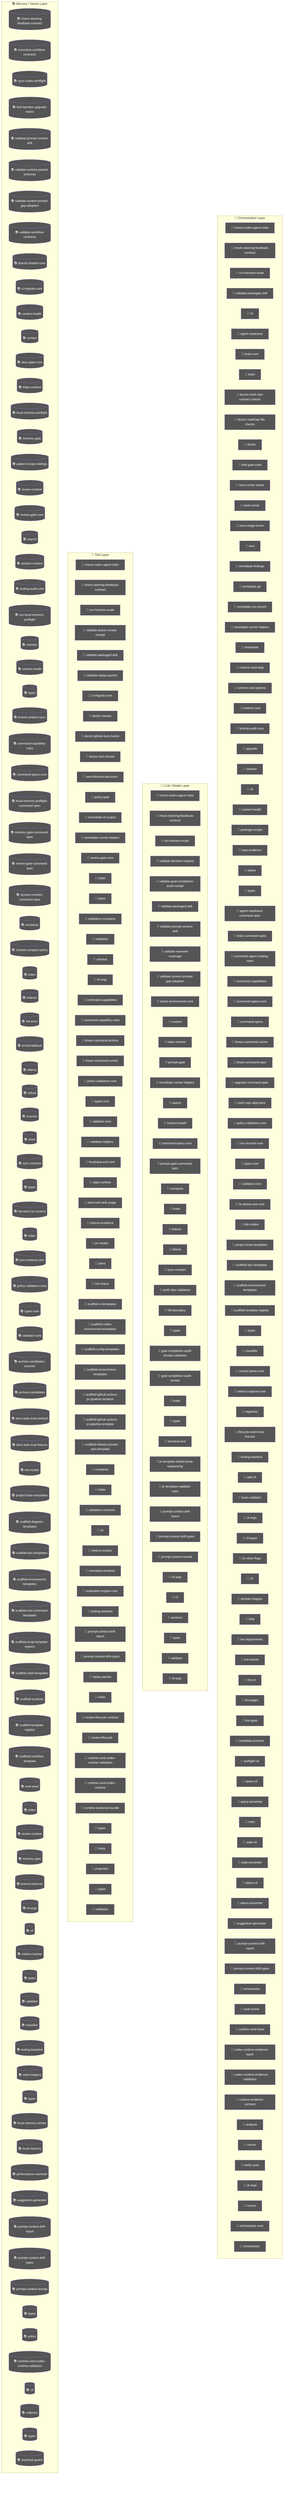
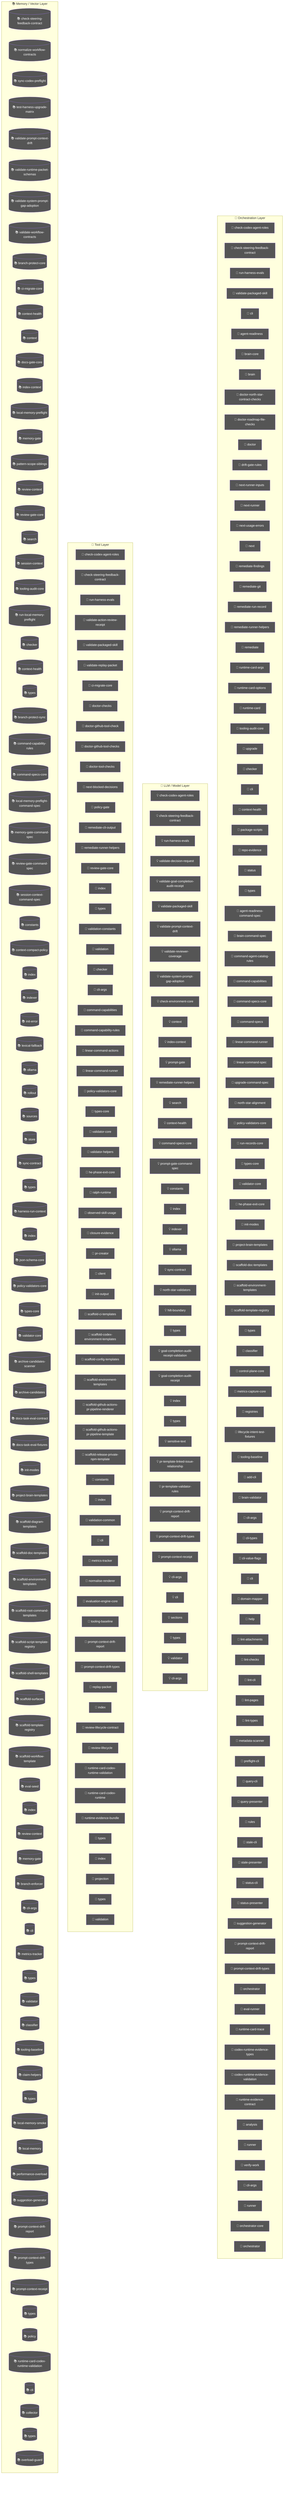
flowchart TD
  subgraph Orchestration["🎯 Orchestration Layer"]
    node_agent_mmd_orchestration_layer_orchestration_chec_7a9f0b64["🤖 check-codex-agent-roles"]
    node_agent_mmd_orchestration_layer_orchestration_chec_7fd47f5c["🤖 check-steering-feedback-contract"]
    node_agent_mmd_orchestration_layer_orchestration_run__18817957["🤖 run-harness-evals"]
    node_agent_mmd_orchestration_layer_orchestration_vali_c01b04be["🤖 validate-packaged-skill"]
    cli_99bb8840["🤖 cli"]
    agent_readiness_c82c68e6["🤖 agent-readiness"]
    brain_core_aa07c380["🤖 brain-core"]
    brain_bbbf7a64["🤖 brain"]
    doctor_north_star_contract_checks_0048124c["🤖 doctor-north-star-contract-checks"]
    doctor_roadmap_file_checks_14447b8e["🤖 doctor-roadmap-file-checks"]
    doctor_72f4be89["🤖 doctor"]
    drift_gate_rules_9685e72d["🤖 drift-gate-rules"]
    next_runner_inputs_754dba64["🤖 next-runner-inputs"]
    next_runner_41643472["🤖 next-runner"]
    next_usage_errors_837a345a["🤖 next-usage-errors"]
    next_c6c1c9a9["🤖 next"]
    remediate_findings_8b09c8c6["🤖 remediate-findings"]
    remediate_git_58c6f6f4["🤖 remediate-git"]
    remediate_run_record_9dfe5dc1["🤖 remediate-run-record"]
    node_agent_mmd_orchestration_layer_orchestration_reme_359fe98f["🤖 remediate-runner-helpers"]
    remediate_06b9c7fc["🤖 remediate"]
    runtime_card_args_2b3d4b28["🤖 runtime-card-args"]
    runtime_card_options_c9156ad5["🤖 runtime-card-options"]
    runtime_card_e06b53e1["🤖 runtime-card"]
    node_agent_mmd_orchestration_layer_orchestration_tool_acfe0c01["🤖 tooling-audit-core"]
    upgrade_7fef9479["🤖 upgrade"]
    node_agent_mmd_orchestration_layer_orchestration_chec_0550c395["🤖 checker"]
    cli_1_084e05fe["🤖 cli"]
    node_agent_mmd_orchestration_layer_orchestration_cont_61b3b9c9["🤖 context-health"]
    package_scripts_3ee6150f["🤖 package-scripts"]
    repo_evidence_38bb1de5["🤖 repo-evidence"]
    status_073c1634["🤖 status"]
    node_agent_mmd_orchestration_layer_orchestration_type_4f906dcc["🤖 types"]
    agent_readiness_command_spec_a30c2c1e["🤖 agent-readiness-command-spec"]
    brain_command_spec_15b122d5["🤖 brain-command-spec"]
    command_agent_catalog_rules_8e06b2af["🤖 command-agent-catalog-rules"]
    node_agent_mmd_orchestration_layer_orchestration_comm_6e41a7f7["🤖 command-capabilities"]
    node_agent_mmd_orchestration_layer_orchestration_comm_1f8cc24c["🤖 command-specs-core"]
    command_specs_69167c63["🤖 command-specs"]
    node_agent_mmd_orchestration_layer_orchestration_line_b67affd5["🤖 linear-command-runner"]
    linear_command_spec_1e12dd44["🤖 linear-command-spec"]
    upgrade_command_spec_03f6c7bd["🤖 upgrade-command-spec"]
    north_star_alignment_00440188["🤖 north-star-alignment"]
    node_agent_mmd_orchestration_layer_orchestration_poli_3270b55d["🤖 policy-validators-core"]
    run_records_core_89286dfa["🤖 run-records-core"]
    node_agent_mmd_orchestration_layer_orchestration_type_7cf81261["🤖 types-core"]
    node_agent_mmd_orchestration_layer_orchestration_vali_d9fe99e6["🤖 validator-core"]
    node_agent_mmd_orchestration_layer_orchestration_he_p_fc778c24["🤖 he-phase-exit-core"]
    node_agent_mmd_orchestration_layer_orchestration_init_2a9c3ecb["🤖 init-modes"]
    node_agent_mmd_orchestration_layer_orchestration_proj_6ab6f60f["🤖 project-brain-templates"]
    node_agent_mmd_orchestration_layer_orchestration_scaf_12cc07db["🤖 scaffold-doc-templates"]
    node_agent_mmd_orchestration_layer_orchestration_scaf_c9a90c2f["🤖 scaffold-environment-templates"]
    node_agent_mmd_orchestration_layer_orchestration_scaf_ff8f92f6["🤖 scaffold-template-registry"]
    types_16_0fae1112["🤖 types"]
    node_agent_mmd_orchestration_layer_orchestration_clas_899b821a["🤖 classifier"]
    control_plane_core_db3b4cb2["🤖 control-plane-core"]
    metrics_capture_core_db4bf7cf["🤖 metrics-capture-core"]
    registries_06402afa["🤖 registries"]
    lifecycle_intent_test_fixtures_a53c7ada["🤖 lifecycle-intent-test-fixtures"]
    node_agent_mmd_orchestration_layer_orchestration_tool_cc43149f["🤖 tooling-baseline"]
    add_cli_7614de25["🤖 add-cli"]
    brain_validator_be251832["🤖 brain-validator"]
    cli_args_8_d546936e["🤖 cli-args"]
    cli_types_1686e858["🤖 cli-types"]
    cli_value_flags_732a8e43["🤖 cli-value-flags"]
-     cli_9_b54c1407["🤖 cli"]
+     cli_10_35dc8cbd["🤖 cli"]
    domain_mapper_cd9333d2["🤖 domain-mapper"]
    help_106a5842["🤖 help"]
    lint_attachments_873c0632["🤖 lint-attachments"]
    lint_checks_83522b19["🤖 lint-checks"]
    lint_cli_9ec62ec0["🤖 lint-cli"]
    lint_pages_e33301d0["🤖 lint-pages"]
    lint_types_2862c255["🤖 lint-types"]
    metadata_scanner_6a101b66["🤖 metadata-scanner"]
    preflight_cli_5d148379["🤖 preflight-cli"]
    query_cli_b95be64d["🤖 query-cli"]
    query_presenter_02e6077c["🤖 query-presenter"]
    rules_6c621d1a["🤖 rules"]
    stale_cli_64548720["🤖 stale-cli"]
    stale_presenter_1de4e3a2["🤖 stale-presenter"]
    status_cli_4c24a0d6["🤖 status-cli"]
    status_presenter_8de686c1["🤖 status-presenter"]
    node_agent_mmd_orchestration_layer_orchestration_sugg_85c5ebe3["🤖 suggestion-generator"]
    node_agent_mmd_orchestration_layer_orchestration_prom_d17b4de2["🤖 prompt-context-drift-report"]
    node_agent_mmd_orchestration_layer_orchestration_prom_77088997["🤖 prompt-context-drift-types"]
    orchestrator_11376b7e["🤖 orchestrator"]
    eval_runner_0966a6b3["🤖 eval-runner"]
    runtime_card_trace_64a5ca95["🤖 runtime-card-trace"]
    codex_runtime_evidence_types_f55808dd["🤖 codex-runtime-evidence-types"]
    codex_runtime_evidence_validation_d060a92d["🤖 codex-runtime-evidence-validation"]
    runtime_evidence_contract_0f7b15b2["🤖 runtime-evidence-contract"]
    analysis_f44e85c4["🤖 analysis"]
    runner_527aa9f4["🤖 runner"]
    verify_work_1_cd8e7ec3["🤖 verify-work"]
    cli_args_14_3481043e["🤖 cli-args"]
    runner_1_6f281bf8["🤖 runner"]
    orchestrator_core_d0678b53["🤖 orchestrator-core"]
    orchestrator_1_6b7137c5["🤖 orchestrator"]
  end
  subgraph LLMLayer["🧠 LLM / Model Layer"]
    node_agent_mmd_llm_model_layer_llmlayer_check_codex_a_29e7b7fa["💡 check-codex-agent-roles"]
    node_agent_mmd_llm_model_layer_llmlayer_check_steerin_0e1bf90d["💡 check-steering-feedback-contract"]
    node_agent_mmd_llm_model_layer_llmlayer_run_harness_e_603fcfdc["💡 run-harness-evals"]
    validate_decision_request_2e5c325e["💡 validate-decision-request"]
    validate_goal_completion_audit_receipt_100d252c["💡 validate-goal-completion-audit-receipt"]
    node_agent_mmd_llm_model_layer_llmlayer_validate_pack_2a12e1f4["💡 validate-packaged-skill"]
    node_agent_mmd_llm_model_layer_llmlayer_validate_prom_9880f764["💡 validate-prompt-context-drift"]
    validate_reviewer_coverage_251efee3["💡 validate-reviewer-coverage"]
    node_agent_mmd_llm_model_layer_llmlayer_validate_syst_5636156e["💡 validate-system-prompt-gap-adoption"]
    check_environment_core_2c16213f["💡 check-environment-core"]
    node_agent_mmd_llm_model_layer_llmlayer_context_conte_ad2dfbd9["💡 context"]
    node_agent_mmd_llm_model_layer_llmlayer_index_context_1041bd11["💡 index-context"]
    prompt_gate_c5e9d207["💡 prompt-gate"]
    node_agent_mmd_llm_model_layer_llmlayer_remediate_run_9e3d4585["💡 remediate-runner-helpers"]
    node_agent_mmd_llm_model_layer_llmlayer_search_search_66b9a911["💡 search"]
    node_agent_mmd_llm_model_layer_llmlayer_context_healt_cfc0bfa8["💡 context-health"]
    node_agent_mmd_llm_model_layer_llmlayer_command_specs_782af9fa["💡 command-specs-core"]
    prompt_gate_command_spec_9a941482["💡 prompt-gate-command-spec"]
    node_agent_mmd_llm_model_layer_llmlayer_constants_con_c9bd3f6c["💡 constants"]
    node_agent_mmd_llm_model_layer_llmlayer_index_index_1_02e160ff["💡 index"]
    node_agent_mmd_llm_model_layer_llmlayer_indexer_index_4f4deef5["💡 indexer"]
    node_agent_mmd_llm_model_layer_llmlayer_ollama_ollama_968b23fa["💡 ollama"]
    node_agent_mmd_llm_model_layer_llmlayer_sync_contract_9f3cc8c1["💡 sync-contract"]
    north_star_validators_cfc926ce["💡 north-star-validators"]
    hilt_boundary_9b36fb15["💡 hilt-boundary"]
    types_10_75e5a4a0["💡 types"]
    goal_completion_audit_receipt_validation_9d0f4891["💡 goal-completion-audit-receipt-validation"]
    goal_completion_audit_receipt_5e4939c3["💡 goal-completion-audit-receipt"]
    index_5_522f772a["💡 index"]
    node_agent_mmd_llm_model_layer_llmlayer_constants_con_c9bd3f6c["💡 constants"]
    types_17_ed30531c["💡 types"]
    sensitive_text_7c11f760["💡 sensitive-text"]
    pr_template_linked_issue_relationship_a7b61f2c["💡 pr-template-linked-issue-relationship"]
    pr_template_validator_rules_20a32d6b["💡 pr-template-validator-rules"]
    node_agent_mmd_llm_model_layer_llmlayer_index_index_1_02e160ff["💡 index"]
    node_agent_mmd_llm_model_layer_llmlayer_prompt_contex_81f9066a["💡 prompt-context-drift-report"]
    node_agent_mmd_llm_model_layer_llmlayer_prompt_contex_e5066b88["💡 prompt-context-drift-types"]
    node_agent_mmd_llm_model_layer_llmlayer_index_index_1_02e160ff["💡 index"]
    node_agent_mmd_llm_model_layer_llmlayer_prompt_contex_6426acc2["💡 prompt-context-receipt"]
    cli_args_9_9c136878["💡 cli-args"]
-     cli_10_35dc8cbd["💡 cli"]
+     cli_11_338a8415["💡 cli"]
    sections_4697ef32["💡 sections"]
    types_27_4d134744["💡 types"]
    validator_7_f836eb0e["💡 validator"]
    cli_args_10_861cdd3f["💡 cli-args"]
  end
  subgraph ToolLayer["🔧 Tool Layer"]
    node_agent_mmd_tool_layer_toollayer_check_codex_agent_4b361d5a["🔧 check-codex-agent-roles"]
    node_agent_mmd_tool_layer_toollayer_check_steering_fe_eafecf3a["🔧 check-steering-feedback-contract"]
    node_agent_mmd_tool_layer_toollayer_run_harness_evals_e2ee24f1["🔧 run-harness-evals"]
    validate_action_review_receipt_fa2f06c3["🔧 validate-action-review-receipt"]
    node_agent_mmd_tool_layer_toollayer_validate_packaged_2855c827["🔧 validate-packaged-skill"]
    validate_replay_packet_f309747e["🔧 validate-replay-packet"]
    node_agent_mmd_tool_layer_toollayer_ci_migrate_core_c_049f8460["🔧 ci-migrate-core"]
    doctor_checks_5a2eb2b9["🔧 doctor-checks"]
+     doctor_github_tool_check_e0a938df["🔧 doctor-github-tool-check"]
    doctor_github_tool_checks_a53b0382["🔧 doctor-github-tool-checks"]
    doctor_tool_checks_4acac51a["🔧 doctor-tool-checks"]
    next_blocked_decisions_4140ad2b["🔧 next-blocked-decisions"]
    policy_gate_213f7313["🔧 policy-gate"]
    remediate_cli_output_cc165396["🔧 remediate-cli-output"]
    node_agent_mmd_tool_layer_toollayer_remediate_runner__c003b871["🔧 remediate-runner-helpers"]
    node_agent_mmd_tool_layer_toollayer_review_gate_core__7704598b["🔧 review-gate-core"]
    index_1bc04b52["🔧 index"]
    types_1_4ecdf56e["🔧 types"]
    validation_constants_e002a0f6["🔧 validation-constants"]
    validation_98c41dcd["🔧 validation"]
    node_agent_mmd_tool_layer_toollayer_checker_checker_2_453d593b["🔧 checker"]
    cli_args_1_6144b055["🔧 cli-args"]
    node_agent_mmd_tool_layer_toollayer_command_capabilit_7fe13db1["🔧 command-capabilities"]
    node_agent_mmd_tool_layer_toollayer_command_capabilit_e97a4615["🔧 command-capability-rules"]
    linear_command_actions_e430f4f4["🔧 linear-command-actions"]
    node_agent_mmd_tool_layer_toollayer_linear_command_ru_d6763748["🔧 linear-command-runner"]
    node_agent_mmd_tool_layer_toollayer_policy_validators_af136abf["🔧 policy-validators-core"]
    node_agent_mmd_tool_layer_toollayer_types_core_types__6c8319b6["🔧 types-core"]
    node_agent_mmd_tool_layer_toollayer_validator_core_va_6ef6131f["🔧 validator-core"]
    validator_helpers_7b927667["🔧 validator-helpers"]
    node_agent_mmd_tool_layer_toollayer_he_phase_exit_cor_af016160["🔧 he-phase-exit-core"]
    ralph_runtime_73d63c0e["🔧 ralph-runtime"]
    observed_skill_usage_ed7d5930["🔧 observed-skill-usage"]
    closure_evidence_aaa31467["🔧 closure-evidence"]
    pr_creator_dc6b1ea4["🔧 pr-creator"]
    client_948fe603["🔧 client"]
    init_output_360dce91["🔧 init-output"]
    scaffold_ci_templates_2afd6392["🔧 scaffold-ci-templates"]
    scaffold_codex_environment_templates_334fbbed["🔧 scaffold-codex-environment-templates"]
    scaffold_config_templates_4b80ce53["🔧 scaffold-config-templates"]
    node_agent_mmd_tool_layer_toollayer_scaffold_environm_c1afc013["🔧 scaffold-environment-templates"]
    scaffold_github_actions_pr_pipeline_renderer_1ee18de5["🔧 scaffold-github-actions-pr-pipeline-renderer"]
    scaffold_github_actions_pr_pipeline_template_e2b85f62["🔧 scaffold-github-actions-pr-pipeline-template"]
    scaffold_release_private_npm_template_075499f8["🔧 scaffold-release-private-npm-template"]
    node_agent_mmd_tool_layer_toollayer_constants_constan_9d71b829["🔧 constants"]
    index_9_32dd4d91["🔧 index"]
    validation_common_6161e48b["🔧 validation-common"]
    node_agent_mmd_tool_layer_toollayer_cli_cli_2_1_32d9eeaf["🔧 cli"]
    node_agent_mmd_tool_layer_toollayer_metrics_tracker_m_4c9237d8["🔧 metrics-tracker"]
    normalise_renderer_85f2e563["🔧 normalise-renderer"]
    evaluation_engine_core_e054fe49["🔧 evaluation-engine-core"]
    node_agent_mmd_tool_layer_toollayer_tooling_baseline__61e66e9f["🔧 tooling-baseline"]
    node_agent_mmd_tool_layer_toollayer_prompt_context_dr_a2772f2b["🔧 prompt-context-drift-report"]
    node_agent_mmd_tool_layer_toollayer_prompt_context_dr_bd82da46["🔧 prompt-context-drift-types"]
    replay_packet_a1293f88["🔧 replay-packet"]
    index_14_d982116c["🔧 index"]
    review_lifecycle_contract_e5447221["🔧 review-lifecycle-contract"]
    review_lifecycle_89afa64c["🔧 review-lifecycle"]
    node_agent_mmd_tool_layer_toollayer_runtime_card_code_3636ceac["🔧 runtime-card-codex-runtime-validation"]
    runtime_card_codex_runtime_0655e230["🔧 runtime-card-codex-runtime"]
    runtime_evidence_bundle_d471a232["🔧 runtime-evidence-bundle"]
    types_36_674380ec["🔧 types"]
    index_17_642943a2["🔧 index"]
    projection_1b250ea1["🔧 projection"]
    types_38_e8efcd57["🔧 types"]
    validation_7_c4e6d8b6["🔧 validation"]
  end
  subgraph MemoryLayer["📚 Memory / Vector Layer"]
    node_agent_mmd_memory_vector_layer_memorylayer_check__64c86928[("📚 check-steering-feedback-contract")]
    normalize_workflow_contracts_8701f1c8[("📚 normalize-workflow-contracts")]
    sync_codex_preflight_7e7a8dc2[("📚 sync-codex-preflight")]
    test_harness_upgrade_matrix_84113c4e[("📚 test-harness-upgrade-matrix")]
    node_agent_mmd_memory_vector_layer_memorylayer_valida_c52c4db8[("📚 validate-prompt-context-drift")]
    validate_runtime_packet_schemas_bc3ba8ec[("📚 validate-runtime-packet-schemas")]
    node_agent_mmd_memory_vector_layer_memorylayer_valida_db599a97[("📚 validate-system-prompt-gap-adoption")]
    validate_workflow_contracts_33dc063c[("📚 validate-workflow-contracts")]
    branch_protect_core_a8feb0fd[("📚 branch-protect-core")]
    node_agent_mmd_memory_vector_layer_memorylayer_ci_mig_0cd5b1a4[("📚 ci-migrate-core")]
    context_health_80bb7da9[("📚 context-health")]
    node_agent_mmd_memory_vector_layer_memorylayer_contex_78ceaaa9[("📚 context")]
    docs_gate_core_eb9b6c18[("📚 docs-gate-core")]
    node_agent_mmd_memory_vector_layer_memorylayer_index__6f3402d0[("📚 index-context")]
    local_memory_preflight_dcc36c42[("📚 local-memory-preflight")]
    memory_gate_a577a506[("📚 memory-gate")]
    pattern_scope_siblings_43abe000[("📚 pattern-scope-siblings")]
    review_context_ca6cf81d[("📚 review-context")]
    node_agent_mmd_memory_vector_layer_memorylayer_review_5bee9816[("📚 review-gate-core")]
    node_agent_mmd_memory_vector_layer_memorylayer_search_ac35cb7e[("📚 search")]
    session_context_e5ec72c0[("📚 session-context")]
    node_agent_mmd_memory_vector_layer_memorylayer_toolin_a1185b8f[("📚 tooling-audit-core")]
    run_local_memory_preflight_36e92808[("📚 run-local-memory-preflight")]
    node_agent_mmd_memory_vector_layer_memorylayer_checke_a583eb4f[("📚 checker")]
    node_agent_mmd_memory_vector_layer_memorylayer_contex_3204aa0e[("📚 context-health")]
    node_agent_mmd_memory_vector_layer_memorylayer_types__9ad640a0[("📚 types")]
    branch_protect_sync_570adb18[("📚 branch-protect-sync")]
    node_agent_mmd_memory_vector_layer_memorylayer_comman_c72a5d05[("📚 command-capability-rules")]
    node_agent_mmd_memory_vector_layer_memorylayer_comman_111eb454[("📚 command-specs-core")]
    local_memory_preflight_command_spec_9e23f3ce[("📚 local-memory-preflight-command-spec")]
    memory_gate_command_spec_dc9001a9[("📚 memory-gate-command-spec")]
    review_gate_command_spec_3187376a[("📚 review-gate-command-spec")]
    session_context_command_spec_973afbb1[("📚 session-context-command-spec")]
    node_agent_mmd_memory_vector_layer_memorylayer_consta_702d3f46[("📚 constants")]
    context_compact_policy_3dcaf95d[("📚 context-compact-policy")]
    node_agent_mmd_memory_vector_layer_memorylayer_index__752bc61e[("📚 index")]
    node_agent_mmd_memory_vector_layer_memorylayer_indexe_93e6d86f[("📚 indexer")]
    init_error_5c7dd49f[("📚 init-error")]
    lexical_fallback_723e2b3e[("📚 lexical-fallback")]
    node_agent_mmd_memory_vector_layer_memorylayer_ollama_6d51be16[("📚 ollama")]
    rollout_a4fa034c[("📚 rollout")]
    sources_878a52fc[("📚 sources")]
    store_824d80d7[("📚 store")]
    node_agent_mmd_memory_vector_layer_memorylayer_sync_c_e43418bc[("📚 sync-contract")]
    types_8_f6283648[("📚 types")]
    harness_run_context_ac7c77a9[("📚 harness-run-context")]
    index_4_013aa0e3[("📚 index")]
    json_schema_core_96d7e328[("📚 json-schema-core")]
    node_agent_mmd_memory_vector_layer_memorylayer_policy_1944de42[("📚 policy-validators-core")]
    node_agent_mmd_memory_vector_layer_memorylayer_types__83f369fa[("📚 types-core")]
    node_agent_mmd_memory_vector_layer_memorylayer_valida_41034356[("📚 validator-core")]
    archive_candidates_scanner_d0931789[("📚 archive-candidates-scanner")]
    archive_candidates_dc0e40e1[("📚 archive-candidates")]
    docs_task_eval_contract_79347457[("📚 docs-task-eval-contract")]
    docs_task_eval_fixtures_44902755[("📚 docs-task-eval-fixtures")]
    node_agent_mmd_memory_vector_layer_memorylayer_init_m_333d02c5[("📚 init-modes")]
    node_agent_mmd_memory_vector_layer_memorylayer_projec_3ae304d9[("📚 project-brain-templates")]
    scaffold_diagram_templates_dd88e83c[("📚 scaffold-diagram-templates")]
    node_agent_mmd_memory_vector_layer_memorylayer_scaffo_5fd73b94[("📚 scaffold-doc-templates")]
    node_agent_mmd_memory_vector_layer_memorylayer_scaffo_12b42341[("📚 scaffold-environment-templates")]
    scaffold_root_command_templates_404fed7f[("📚 scaffold-root-command-templates")]
    scaffold_script_template_registry_69312d4e[("📚 scaffold-script-template-registry")]
    scaffold_shell_templates_0ad0f915[("📚 scaffold-shell-templates")]
    scaffold_surfaces_12d6494e[("📚 scaffold-surfaces")]
    node_agent_mmd_memory_vector_layer_memorylayer_scaffo_a86eece1[("📚 scaffold-template-registry")]
    scaffold_workflow_template_92310587[("📚 scaffold-workflow-template")]
    eval_seed_5699fd3e[("📚 eval-seed")]
    index_10_f6785a46[("📚 index")]
    review_context_1_e3afed15[("📚 review-context")]
    memory_gate_1_265164ac[("📚 memory-gate")]
    branch_enforcer_acb749cd[("📚 branch-enforcer")]
    cli_args_5_09ea29f0[("📚 cli-args")]
    node_agent_mmd_memory_vector_layer_memorylayer_cli_cl_1f1f89ab[("📚 cli")]
    node_agent_mmd_memory_vector_layer_memorylayer_metric_12562178[("📚 metrics-tracker")]
    types_19_eb4ad5f0[("📚 types")]
    validator_5_b19ac2be[("📚 validator")]
    node_agent_mmd_memory_vector_layer_memorylayer_classi_1ebbf5ff[("📚 classifier")]
    node_agent_mmd_memory_vector_layer_memorylayer_toolin_14f86b00[("📚 tooling-baseline")]
    claim_helpers_20dc8387[("📚 claim-helpers")]
    types_24_c63dc1a7[("📚 types")]
    local_memory_smoke_1175abfc[("📚 local-memory-smoke")]
    local_memory_0db17ecc[("📚 local-memory")]
    performance_overload_c685bfcf[("📚 performance-overload")]
    node_agent_mmd_memory_vector_layer_memorylayer_sugges_267f408d[("📚 suggestion-generator")]
    node_agent_mmd_memory_vector_layer_memorylayer_index__752bc61e[("📚 index")]
    node_agent_mmd_memory_vector_layer_memorylayer_prompt_ae34fc43[("📚 prompt-context-drift-report")]
    node_agent_mmd_memory_vector_layer_memorylayer_prompt_efd77624[("📚 prompt-context-drift-types")]
    node_agent_mmd_memory_vector_layer_memorylayer_index__752bc61e[("📚 index")]
    node_agent_mmd_memory_vector_layer_memorylayer_prompt_55c0d605[("📚 prompt-context-receipt")]
    types_31_eb363e20[("📚 types")]
    policy_1_fc4198db[("📚 policy")]
    node_agent_mmd_memory_vector_layer_memorylayer_runtim_a5d23e7f[("📚 runtime-card-codex-runtime-validation")]
-     cli_11_338a8415[("📚 cli")]
+     cli_12_01c06c37[("📚 cli")]
    collector_0736fd5b[("📚 collector")]
    types_34_85e6a0bb[("📚 types")]
    overload_guard_2748c559[("📚 overload-guard")]
  end
  classDef agentNode fill:#555,color:#fff
-   class node_agent_mmd_orchestration_layer_orchestration_chec_7a9f0b64,node_agent_mmd_llm_model_layer_llmlayer_check_codex_a_29e7b7fa,node_agent_mmd_tool_layer_toollayer_check_codex_agent_4b361d5a,node_agent_mmd_orchestration_layer_orchestration_chec_7fd47f5c,node_agent_mmd_llm_model_layer_llmlayer_check_steerin_0e1bf90d,node_agent_mmd_tool_layer_toollayer_check_steering_fe_eafecf3a,node_agent_mmd_memory_vector_layer_memorylayer_check__64c86928,node_agent_mmd_orchestration_layer_orchestration_run__18817957,node_agent_mmd_llm_model_layer_llmlayer_run_harness_e_603fcfdc,node_agent_mmd_tool_layer_toollayer_run_harness_evals_e2ee24f1,node_agent_mmd_orchestration_layer_orchestration_vali_c01b04be,node_agent_mmd_llm_model_layer_llmlayer_validate_pack_2a12e1f4,node_agent_mmd_tool_layer_toollayer_validate_packaged_2855c827,cli_99bb8840,agent_readiness_c82c68e6,brain_core_aa07c380,brain_bbbf7a64,doctor_north_star_contract_checks_0048124c,doctor_roadmap_file_checks_14447b8e,doctor_72f4be89,drift_gate_rules_9685e72d,next_runner_inputs_754dba64,next_runner_41643472,next_usage_errors_837a345a,next_c6c1c9a9,remediate_findings_8b09c8c6,remediate_git_58c6f6f4,remediate_run_record_9dfe5dc1,node_agent_mmd_orchestration_layer_orchestration_reme_359fe98f,node_agent_mmd_llm_model_layer_llmlayer_remediate_run_9e3d4585,node_agent_mmd_tool_layer_toollayer_remediate_runner__c003b871,remediate_06b9c7fc,runtime_card_args_2b3d4b28,runtime_card_options_c9156ad5,runtime_card_e06b53e1,node_agent_mmd_orchestration_layer_orchestration_tool_acfe0c01,node_agent_mmd_memory_vector_layer_memorylayer_toolin_a1185b8f,upgrade_7fef9479,node_agent_mmd_orchestration_layer_orchestration_chec_0550c395,node_agent_mmd_tool_layer_toollayer_checker_checker_2_453d593b,node_agent_mmd_memory_vector_layer_memorylayer_checke_a583eb4f,cli_1_084e05fe,node_agent_mmd_orchestration_layer_orchestration_cont_61b3b9c9,node_agent_mmd_llm_model_layer_llmlayer_context_healt_cfc0bfa8,node_agent_mmd_memory_vector_layer_memorylayer_contex_3204aa0e,package_scripts_3ee6150f,repo_evidence_38bb1de5,status_073c1634,node_agent_mmd_orchestration_layer_orchestration_type_4f906dcc,node_agent_mmd_memory_vector_layer_memorylayer_types__9ad640a0,agent_readiness_command_spec_a30c2c1e,brain_command_spec_15b122d5,command_agent_catalog_rules_8e06b2af,node_agent_mmd_orchestration_layer_orchestration_comm_6e41a7f7,node_agent_mmd_tool_layer_toollayer_command_capabilit_7fe13db1,node_agent_mmd_orchestration_layer_orchestration_comm_1f8cc24c,node_agent_mmd_llm_model_layer_llmlayer_command_specs_782af9fa,node_agent_mmd_memory_vector_layer_memorylayer_comman_111eb454,command_specs_69167c63,node_agent_mmd_orchestration_layer_orchestration_line_b67affd5,node_agent_mmd_tool_layer_toollayer_linear_command_ru_d6763748,linear_command_spec_1e12dd44,upgrade_command_spec_03f6c7bd,north_star_alignment_00440188,node_agent_mmd_orchestration_layer_orchestration_poli_3270b55d,node_agent_mmd_tool_layer_toollayer_policy_validators_af136abf,node_agent_mmd_memory_vector_layer_memorylayer_policy_1944de42,run_records_core_89286dfa,node_agent_mmd_orchestration_layer_orchestration_type_7cf81261,node_agent_mmd_tool_layer_toollayer_types_core_types__6c8319b6,node_agent_mmd_memory_vector_layer_memorylayer_types__83f369fa,node_agent_mmd_orchestration_layer_orchestration_vali_d9fe99e6,node_agent_mmd_tool_layer_toollayer_validator_core_va_6ef6131f,node_agent_mmd_memory_vector_layer_memorylayer_valida_41034356,node_agent_mmd_orchestration_layer_orchestration_he_p_fc778c24,node_agent_mmd_tool_layer_toollayer_he_phase_exit_cor_af016160,node_agent_mmd_orchestration_layer_orchestration_init_2a9c3ecb,node_agent_mmd_memory_vector_layer_memorylayer_init_m_333d02c5,node_agent_mmd_orchestration_layer_orchestration_proj_6ab6f60f,node_agent_mmd_memory_vector_layer_memorylayer_projec_3ae304d9,node_agent_mmd_orchestration_layer_orchestration_scaf_12cc07db,node_agent_mmd_memory_vector_layer_memorylayer_scaffo_5fd73b94,node_agent_mmd_orchestration_layer_orchestration_scaf_c9a90c2f,node_agent_mmd_tool_layer_toollayer_scaffold_environm_c1afc013,node_agent_mmd_memory_vector_layer_memorylayer_scaffo_12b42341,node_agent_mmd_orchestration_layer_orchestration_scaf_ff8f92f6,node_agent_mmd_memory_vector_layer_memorylayer_scaffo_a86eece1,types_16_0fae1112,node_agent_mmd_orchestration_layer_orchestration_clas_899b821a,node_agent_mmd_memory_vector_layer_memorylayer_classi_1ebbf5ff,control_plane_core_db3b4cb2,metrics_capture_core_db4bf7cf,registries_06402afa,lifecycle_intent_test_fixtures_a53c7ada,node_agent_mmd_orchestration_layer_orchestration_tool_cc43149f,node_agent_mmd_tool_layer_toollayer_tooling_baseline__61e66e9f,node_agent_mmd_memory_vector_layer_memorylayer_toolin_14f86b00,add_cli_7614de25,brain_validator_be251832,cli_args_8_d546936e,cli_types_1686e858,cli_value_flags_732a8e43,cli_9_b54c1407,domain_mapper_cd9333d2,help_106a5842,lint_attachments_873c0632,lint_checks_83522b19,lint_cli_9ec62ec0,lint_pages_e33301d0,lint_types_2862c255,metadata_scanner_6a101b66,preflight_cli_5d148379,query_cli_b95be64d,query_presenter_02e6077c,rules_6c621d1a,stale_cli_64548720,stale_presenter_1de4e3a2,status_cli_4c24a0d6,status_presenter_8de686c1,node_agent_mmd_orchestration_layer_orchestration_sugg_85c5ebe3,node_agent_mmd_memory_vector_layer_memorylayer_sugges_267f408d,node_agent_mmd_orchestration_layer_orchestration_prom_d17b4de2,node_agent_mmd_llm_model_layer_llmlayer_prompt_contex_81f9066a,node_agent_mmd_tool_layer_toollayer_prompt_context_dr_a2772f2b,node_agent_mmd_memory_vector_layer_memorylayer_prompt_ae34fc43,node_agent_mmd_orchestration_layer_orchestration_prom_77088997,node_agent_mmd_llm_model_layer_llmlayer_prompt_contex_e5066b88,node_agent_mmd_tool_layer_toollayer_prompt_context_dr_bd82da46,node_agent_mmd_memory_vector_layer_memorylayer_prompt_efd77624,orchestrator_11376b7e,eval_runner_0966a6b3,runtime_card_trace_64a5ca95,codex_runtime_evidence_types_f55808dd,codex_runtime_evidence_validation_d060a92d,runtime_evidence_contract_0f7b15b2,analysis_f44e85c4,runner_527aa9f4,verify_work_1_cd8e7ec3,cli_args_14_3481043e,runner_1_6f281bf8,orchestrator_core_d0678b53,orchestrator_1_6b7137c5 agentNode
+   class node_agent_mmd_orchestration_layer_orchestration_chec_7a9f0b64,node_agent_mmd_llm_model_layer_llmlayer_check_codex_a_29e7b7fa,node_agent_mmd_tool_layer_toollayer_check_codex_agent_4b361d5a,node_agent_mmd_orchestration_layer_orchestration_chec_7fd47f5c,node_agent_mmd_llm_model_layer_llmlayer_check_steerin_0e1bf90d,node_agent_mmd_tool_layer_toollayer_check_steering_fe_eafecf3a,node_agent_mmd_memory_vector_layer_memorylayer_check__64c86928,node_agent_mmd_orchestration_layer_orchestration_run__18817957,node_agent_mmd_llm_model_layer_llmlayer_run_harness_e_603fcfdc,node_agent_mmd_tool_layer_toollayer_run_harness_evals_e2ee24f1,node_agent_mmd_orchestration_layer_orchestration_vali_c01b04be,node_agent_mmd_llm_model_layer_llmlayer_validate_pack_2a12e1f4,node_agent_mmd_tool_layer_toollayer_validate_packaged_2855c827,cli_99bb8840,agent_readiness_c82c68e6,brain_core_aa07c380,brain_bbbf7a64,doctor_north_star_contract_checks_0048124c,doctor_roadmap_file_checks_14447b8e,doctor_72f4be89,drift_gate_rules_9685e72d,next_runner_inputs_754dba64,next_runner_41643472,next_usage_errors_837a345a,next_c6c1c9a9,remediate_findings_8b09c8c6,remediate_git_58c6f6f4,remediate_run_record_9dfe5dc1,node_agent_mmd_orchestration_layer_orchestration_reme_359fe98f,node_agent_mmd_llm_model_layer_llmlayer_remediate_run_9e3d4585,node_agent_mmd_tool_layer_toollayer_remediate_runner__c003b871,remediate_06b9c7fc,runtime_card_args_2b3d4b28,runtime_card_options_c9156ad5,runtime_card_e06b53e1,node_agent_mmd_orchestration_layer_orchestration_tool_acfe0c01,node_agent_mmd_memory_vector_layer_memorylayer_toolin_a1185b8f,upgrade_7fef9479,node_agent_mmd_orchestration_layer_orchestration_chec_0550c395,node_agent_mmd_tool_layer_toollayer_checker_checker_2_453d593b,node_agent_mmd_memory_vector_layer_memorylayer_checke_a583eb4f,cli_1_084e05fe,node_agent_mmd_orchestration_layer_orchestration_cont_61b3b9c9,node_agent_mmd_llm_model_layer_llmlayer_context_healt_cfc0bfa8,node_agent_mmd_memory_vector_layer_memorylayer_contex_3204aa0e,package_scripts_3ee6150f,repo_evidence_38bb1de5,status_073c1634,node_agent_mmd_orchestration_layer_orchestration_type_4f906dcc,node_agent_mmd_memory_vector_layer_memorylayer_types__9ad640a0,agent_readiness_command_spec_a30c2c1e,brain_command_spec_15b122d5,command_agent_catalog_rules_8e06b2af,node_agent_mmd_orchestration_layer_orchestration_comm_6e41a7f7,node_agent_mmd_tool_layer_toollayer_command_capabilit_7fe13db1,node_agent_mmd_orchestration_layer_orchestration_comm_1f8cc24c,node_agent_mmd_llm_model_layer_llmlayer_command_specs_782af9fa,node_agent_mmd_memory_vector_layer_memorylayer_comman_111eb454,command_specs_69167c63,node_agent_mmd_orchestration_layer_orchestration_line_b67affd5,node_agent_mmd_tool_layer_toollayer_linear_command_ru_d6763748,linear_command_spec_1e12dd44,upgrade_command_spec_03f6c7bd,north_star_alignment_00440188,node_agent_mmd_orchestration_layer_orchestration_poli_3270b55d,node_agent_mmd_tool_layer_toollayer_policy_validators_af136abf,node_agent_mmd_memory_vector_layer_memorylayer_policy_1944de42,run_records_core_89286dfa,node_agent_mmd_orchestration_layer_orchestration_type_7cf81261,node_agent_mmd_tool_layer_toollayer_types_core_types__6c8319b6,node_agent_mmd_memory_vector_layer_memorylayer_types__83f369fa,node_agent_mmd_orchestration_layer_orchestration_vali_d9fe99e6,node_agent_mmd_tool_layer_toollayer_validator_core_va_6ef6131f,node_agent_mmd_memory_vector_layer_memorylayer_valida_41034356,node_agent_mmd_orchestration_layer_orchestration_he_p_fc778c24,node_agent_mmd_tool_layer_toollayer_he_phase_exit_cor_af016160,node_agent_mmd_orchestration_layer_orchestration_init_2a9c3ecb,node_agent_mmd_memory_vector_layer_memorylayer_init_m_333d02c5,node_agent_mmd_orchestration_layer_orchestration_proj_6ab6f60f,node_agent_mmd_memory_vector_layer_memorylayer_projec_3ae304d9,node_agent_mmd_orchestration_layer_orchestration_scaf_12cc07db,node_agent_mmd_memory_vector_layer_memorylayer_scaffo_5fd73b94,node_agent_mmd_orchestration_layer_orchestration_scaf_c9a90c2f,node_agent_mmd_tool_layer_toollayer_scaffold_environm_c1afc013,node_agent_mmd_memory_vector_layer_memorylayer_scaffo_12b42341,node_agent_mmd_orchestration_layer_orchestration_scaf_ff8f92f6,node_agent_mmd_memory_vector_layer_memorylayer_scaffo_a86eece1,types_16_0fae1112,node_agent_mmd_orchestration_layer_orchestration_clas_899b821a,node_agent_mmd_memory_vector_layer_memorylayer_classi_1ebbf5ff,control_plane_core_db3b4cb2,metrics_capture_core_db4bf7cf,registries_06402afa,lifecycle_intent_test_fixtures_a53c7ada,node_agent_mmd_orchestration_layer_orchestration_tool_cc43149f,node_agent_mmd_tool_layer_toollayer_tooling_baseline__61e66e9f,node_agent_mmd_memory_vector_layer_memorylayer_toolin_14f86b00,add_cli_7614de25,brain_validator_be251832,cli_args_8_d546936e,cli_types_1686e858,cli_value_flags_732a8e43,cli_10_35dc8cbd,domain_mapper_cd9333d2,help_106a5842,lint_attachments_873c0632,lint_checks_83522b19,lint_cli_9ec62ec0,lint_pages_e33301d0,lint_types_2862c255,metadata_scanner_6a101b66,preflight_cli_5d148379,query_cli_b95be64d,query_presenter_02e6077c,rules_6c621d1a,stale_cli_64548720,stale_presenter_1de4e3a2,status_cli_4c24a0d6,status_presenter_8de686c1,node_agent_mmd_orchestration_layer_orchestration_sugg_85c5ebe3,node_agent_mmd_memory_vector_layer_memorylayer_sugges_267f408d,node_agent_mmd_orchestration_layer_orchestration_prom_d17b4de2,node_agent_mmd_llm_model_layer_llmlayer_prompt_contex_81f9066a,node_agent_mmd_tool_layer_toollayer_prompt_context_dr_a2772f2b,node_agent_mmd_memory_vector_layer_memorylayer_prompt_ae34fc43,node_agent_mmd_orchestration_layer_orchestration_prom_77088997,node_agent_mmd_llm_model_layer_llmlayer_prompt_contex_e5066b88,node_agent_mmd_tool_layer_toollayer_prompt_context_dr_bd82da46,node_agent_mmd_memory_vector_layer_memorylayer_prompt_efd77624,orchestrator_11376b7e,eval_runner_0966a6b3,runtime_card_trace_64a5ca95,codex_runtime_evidence_types_f55808dd,codex_runtime_evidence_validation_d060a92d,runtime_evidence_contract_0f7b15b2,analysis_f44e85c4,runner_527aa9f4,verify_work_1_cd8e7ec3,cli_args_14_3481043e,runner_1_6f281bf8,orchestrator_core_d0678b53,orchestrator_1_6b7137c5 agentNode
  classDef llmNode fill:#555,color:#fff
-   class node_agent_mmd_orchestration_layer_orchestration_chec_7a9f0b64,node_agent_mmd_llm_model_layer_llmlayer_check_codex_a_29e7b7fa,node_agent_mmd_tool_layer_toollayer_check_codex_agent_4b361d5a,node_agent_mmd_orchestration_layer_orchestration_chec_7fd47f5c,node_agent_mmd_llm_model_layer_llmlayer_check_steerin_0e1bf90d,node_agent_mmd_tool_layer_toollayer_check_steering_fe_eafecf3a,node_agent_mmd_memory_vector_layer_memorylayer_check__64c86928,node_agent_mmd_orchestration_layer_orchestration_run__18817957,node_agent_mmd_llm_model_layer_llmlayer_run_harness_e_603fcfdc,node_agent_mmd_tool_layer_toollayer_run_harness_evals_e2ee24f1,validate_decision_request_2e5c325e,validate_goal_completion_audit_receipt_100d252c,node_agent_mmd_orchestration_layer_orchestration_vali_c01b04be,node_agent_mmd_llm_model_layer_llmlayer_validate_pack_2a12e1f4,node_agent_mmd_tool_layer_toollayer_validate_packaged_2855c827,node_agent_mmd_llm_model_layer_llmlayer_validate_prom_9880f764,node_agent_mmd_memory_vector_layer_memorylayer_valida_c52c4db8,validate_reviewer_coverage_251efee3,node_agent_mmd_llm_model_layer_llmlayer_validate_syst_5636156e,node_agent_mmd_memory_vector_layer_memorylayer_valida_db599a97,check_environment_core_2c16213f,node_agent_mmd_llm_model_layer_llmlayer_context_conte_ad2dfbd9,node_agent_mmd_memory_vector_layer_memorylayer_contex_78ceaaa9,node_agent_mmd_llm_model_layer_llmlayer_index_context_1041bd11,node_agent_mmd_memory_vector_layer_memorylayer_index__6f3402d0,prompt_gate_c5e9d207,node_agent_mmd_orchestration_layer_orchestration_reme_359fe98f,node_agent_mmd_llm_model_layer_llmlayer_remediate_run_9e3d4585,node_agent_mmd_tool_layer_toollayer_remediate_runner__c003b871,node_agent_mmd_llm_model_layer_llmlayer_search_search_66b9a911,node_agent_mmd_memory_vector_layer_memorylayer_search_ac35cb7e,node_agent_mmd_orchestration_layer_orchestration_cont_61b3b9c9,node_agent_mmd_llm_model_layer_llmlayer_context_healt_cfc0bfa8,node_agent_mmd_memory_vector_layer_memorylayer_contex_3204aa0e,node_agent_mmd_orchestration_layer_orchestration_comm_1f8cc24c,node_agent_mmd_llm_model_layer_llmlayer_command_specs_782af9fa,node_agent_mmd_memory_vector_layer_memorylayer_comman_111eb454,prompt_gate_command_spec_9a941482,node_agent_mmd_llm_model_layer_llmlayer_constants_con_c9bd3f6c,node_agent_mmd_memory_vector_layer_memorylayer_consta_702d3f46,node_agent_mmd_llm_model_layer_llmlayer_index_index_1_02e160ff,node_agent_mmd_memory_vector_layer_memorylayer_index__752bc61e,node_agent_mmd_llm_model_layer_llmlayer_indexer_index_4f4deef5,node_agent_mmd_memory_vector_layer_memorylayer_indexe_93e6d86f,node_agent_mmd_llm_model_layer_llmlayer_ollama_ollama_968b23fa,node_agent_mmd_memory_vector_layer_memorylayer_ollama_6d51be16,node_agent_mmd_llm_model_layer_llmlayer_sync_contract_9f3cc8c1,node_agent_mmd_memory_vector_layer_memorylayer_sync_c_e43418bc,north_star_validators_cfc926ce,hilt_boundary_9b36fb15,types_10_75e5a4a0,goal_completion_audit_receipt_validation_9d0f4891,goal_completion_audit_receipt_5e4939c3,index_5_522f772a,node_agent_mmd_tool_layer_toollayer_constants_constan_9d71b829,types_17_ed30531c,sensitive_text_7c11f760,pr_template_linked_issue_relationship_a7b61f2c,pr_template_validator_rules_20a32d6b,node_agent_mmd_orchestration_layer_orchestration_prom_d17b4de2,node_agent_mmd_llm_model_layer_llmlayer_prompt_contex_81f9066a,node_agent_mmd_tool_layer_toollayer_prompt_context_dr_a2772f2b,node_agent_mmd_memory_vector_layer_memorylayer_prompt_ae34fc43,node_agent_mmd_orchestration_layer_orchestration_prom_77088997,node_agent_mmd_llm_model_layer_llmlayer_prompt_contex_e5066b88,node_agent_mmd_tool_layer_toollayer_prompt_context_dr_bd82da46,node_agent_mmd_memory_vector_layer_memorylayer_prompt_efd77624,node_agent_mmd_llm_model_layer_llmlayer_prompt_contex_6426acc2,node_agent_mmd_memory_vector_layer_memorylayer_prompt_55c0d605,cli_args_9_9c136878,cli_10_35dc8cbd,sections_4697ef32,types_27_4d134744,validator_7_f836eb0e,cli_args_10_861cdd3f llmNode
+   class node_agent_mmd_orchestration_layer_orchestration_chec_7a9f0b64,node_agent_mmd_llm_model_layer_llmlayer_check_codex_a_29e7b7fa,node_agent_mmd_tool_layer_toollayer_check_codex_agent_4b361d5a,node_agent_mmd_orchestration_layer_orchestration_chec_7fd47f5c,node_agent_mmd_llm_model_layer_llmlayer_check_steerin_0e1bf90d,node_agent_mmd_tool_layer_toollayer_check_steering_fe_eafecf3a,node_agent_mmd_memory_vector_layer_memorylayer_check__64c86928,node_agent_mmd_orchestration_layer_orchestration_run__18817957,node_agent_mmd_llm_model_layer_llmlayer_run_harness_e_603fcfdc,node_agent_mmd_tool_layer_toollayer_run_harness_evals_e2ee24f1,validate_decision_request_2e5c325e,validate_goal_completion_audit_receipt_100d252c,node_agent_mmd_orchestration_layer_orchestration_vali_c01b04be,node_agent_mmd_llm_model_layer_llmlayer_validate_pack_2a12e1f4,node_agent_mmd_tool_layer_toollayer_validate_packaged_2855c827,node_agent_mmd_llm_model_layer_llmlayer_validate_prom_9880f764,node_agent_mmd_memory_vector_layer_memorylayer_valida_c52c4db8,validate_reviewer_coverage_251efee3,node_agent_mmd_llm_model_layer_llmlayer_validate_syst_5636156e,node_agent_mmd_memory_vector_layer_memorylayer_valida_db599a97,check_environment_core_2c16213f,node_agent_mmd_llm_model_layer_llmlayer_context_conte_ad2dfbd9,node_agent_mmd_memory_vector_layer_memorylayer_contex_78ceaaa9,node_agent_mmd_llm_model_layer_llmlayer_index_context_1041bd11,node_agent_mmd_memory_vector_layer_memorylayer_index__6f3402d0,prompt_gate_c5e9d207,node_agent_mmd_orchestration_layer_orchestration_reme_359fe98f,node_agent_mmd_llm_model_layer_llmlayer_remediate_run_9e3d4585,node_agent_mmd_tool_layer_toollayer_remediate_runner__c003b871,node_agent_mmd_llm_model_layer_llmlayer_search_search_66b9a911,node_agent_mmd_memory_vector_layer_memorylayer_search_ac35cb7e,node_agent_mmd_orchestration_layer_orchestration_cont_61b3b9c9,node_agent_mmd_llm_model_layer_llmlayer_context_healt_cfc0bfa8,node_agent_mmd_memory_vector_layer_memorylayer_contex_3204aa0e,node_agent_mmd_orchestration_layer_orchestration_comm_1f8cc24c,node_agent_mmd_llm_model_layer_llmlayer_command_specs_782af9fa,node_agent_mmd_memory_vector_layer_memorylayer_comman_111eb454,prompt_gate_command_spec_9a941482,node_agent_mmd_llm_model_layer_llmlayer_constants_con_c9bd3f6c,node_agent_mmd_memory_vector_layer_memorylayer_consta_702d3f46,node_agent_mmd_llm_model_layer_llmlayer_index_index_1_02e160ff,node_agent_mmd_memory_vector_layer_memorylayer_index__752bc61e,node_agent_mmd_llm_model_layer_llmlayer_indexer_index_4f4deef5,node_agent_mmd_memory_vector_layer_memorylayer_indexe_93e6d86f,node_agent_mmd_llm_model_layer_llmlayer_ollama_ollama_968b23fa,node_agent_mmd_memory_vector_layer_memorylayer_ollama_6d51be16,node_agent_mmd_llm_model_layer_llmlayer_sync_contract_9f3cc8c1,node_agent_mmd_memory_vector_layer_memorylayer_sync_c_e43418bc,north_star_validators_cfc926ce,hilt_boundary_9b36fb15,types_10_75e5a4a0,goal_completion_audit_receipt_validation_9d0f4891,goal_completion_audit_receipt_5e4939c3,index_5_522f772a,node_agent_mmd_tool_layer_toollayer_constants_constan_9d71b829,types_17_ed30531c,sensitive_text_7c11f760,pr_template_linked_issue_relationship_a7b61f2c,pr_template_validator_rules_20a32d6b,node_agent_mmd_orchestration_layer_orchestration_prom_d17b4de2,node_agent_mmd_llm_model_layer_llmlayer_prompt_contex_81f9066a,node_agent_mmd_tool_layer_toollayer_prompt_context_dr_a2772f2b,node_agent_mmd_memory_vector_layer_memorylayer_prompt_ae34fc43,node_agent_mmd_orchestration_layer_orchestration_prom_77088997,node_agent_mmd_llm_model_layer_llmlayer_prompt_contex_e5066b88,node_agent_mmd_tool_layer_toollayer_prompt_context_dr_bd82da46,node_agent_mmd_memory_vector_layer_memorylayer_prompt_efd77624,node_agent_mmd_llm_model_layer_llmlayer_prompt_contex_6426acc2,node_agent_mmd_memory_vector_layer_memorylayer_prompt_55c0d605,cli_args_9_9c136878,cli_11_338a8415,sections_4697ef32,types_27_4d134744,validator_7_f836eb0e,cli_args_10_861cdd3f llmNode
  classDef toolNode fill:#555,color:#fff
-   class node_agent_mmd_orchestration_layer_orchestration_chec_7a9f0b64,node_agent_mmd_llm_model_layer_llmlayer_check_codex_a_29e7b7fa,node_agent_mmd_tool_layer_toollayer_check_codex_agent_4b361d5a,node_agent_mmd_orchestration_layer_orchestration_chec_7fd47f5c,node_agent_mmd_llm_model_layer_llmlayer_check_steerin_0e1bf90d,node_agent_mmd_tool_layer_toollayer_check_steering_fe_eafecf3a,node_agent_mmd_memory_vector_layer_memorylayer_check__64c86928,node_agent_mmd_orchestration_layer_orchestration_run__18817957,node_agent_mmd_llm_model_layer_llmlayer_run_harness_e_603fcfdc,node_agent_mmd_tool_layer_toollayer_run_harness_evals_e2ee24f1,validate_action_review_receipt_fa2f06c3,node_agent_mmd_orchestration_layer_orchestration_vali_c01b04be,node_agent_mmd_llm_model_layer_llmlayer_validate_pack_2a12e1f4,node_agent_mmd_tool_layer_toollayer_validate_packaged_2855c827,validate_replay_packet_f309747e,node_agent_mmd_tool_layer_toollayer_ci_migrate_core_c_049f8460,node_agent_mmd_memory_vector_layer_memorylayer_ci_mig_0cd5b1a4,doctor_checks_5a2eb2b9,doctor_github_tool_checks_a53b0382,doctor_tool_checks_4acac51a,next_blocked_decisions_4140ad2b,policy_gate_213f7313,remediate_cli_output_cc165396,node_agent_mmd_orchestration_layer_orchestration_reme_359fe98f,node_agent_mmd_llm_model_layer_llmlayer_remediate_run_9e3d4585,node_agent_mmd_tool_layer_toollayer_remediate_runner__c003b871,node_agent_mmd_tool_layer_toollayer_review_gate_core__7704598b,node_agent_mmd_memory_vector_layer_memorylayer_review_5bee9816,index_1bc04b52,types_1_4ecdf56e,validation_constants_e002a0f6,validation_98c41dcd,node_agent_mmd_orchestration_layer_orchestration_chec_0550c395,node_agent_mmd_tool_layer_toollayer_checker_checker_2_453d593b,node_agent_mmd_memory_vector_layer_memorylayer_checke_a583eb4f,cli_args_1_6144b055,node_agent_mmd_orchestration_layer_orchestration_comm_6e41a7f7,node_agent_mmd_tool_layer_toollayer_command_capabilit_7fe13db1,node_agent_mmd_tool_layer_toollayer_command_capabilit_e97a4615,node_agent_mmd_memory_vector_layer_memorylayer_comman_c72a5d05,linear_command_actions_e430f4f4,node_agent_mmd_orchestration_layer_orchestration_line_b67affd5,node_agent_mmd_tool_layer_toollayer_linear_command_ru_d6763748,node_agent_mmd_orchestration_layer_orchestration_poli_3270b55d,node_agent_mmd_tool_layer_toollayer_policy_validators_af136abf,node_agent_mmd_memory_vector_layer_memorylayer_policy_1944de42,node_agent_mmd_orchestration_layer_orchestration_type_7cf81261,node_agent_mmd_tool_layer_toollayer_types_core_types__6c8319b6,node_agent_mmd_memory_vector_layer_memorylayer_types__83f369fa,node_agent_mmd_orchestration_layer_orchestration_vali_d9fe99e6,node_agent_mmd_tool_layer_toollayer_validator_core_va_6ef6131f,node_agent_mmd_memory_vector_layer_memorylayer_valida_41034356,validator_helpers_7b927667,node_agent_mmd_orchestration_layer_orchestration_he_p_fc778c24,node_agent_mmd_tool_layer_toollayer_he_phase_exit_cor_af016160,ralph_runtime_73d63c0e,observed_skill_usage_ed7d5930,closure_evidence_aaa31467,pr_creator_dc6b1ea4,client_948fe603,init_output_360dce91,scaffold_ci_templates_2afd6392,scaffold_codex_environment_templates_334fbbed,scaffold_config_templates_4b80ce53,node_agent_mmd_orchestration_layer_orchestration_scaf_c9a90c2f,node_agent_mmd_tool_layer_toollayer_scaffold_environm_c1afc013,node_agent_mmd_memory_vector_layer_memorylayer_scaffo_12b42341,scaffold_github_actions_pr_pipeline_renderer_1ee18de5,scaffold_github_actions_pr_pipeline_template_e2b85f62,scaffold_release_private_npm_template_075499f8,node_agent_mmd_llm_model_layer_llmlayer_constants_con_c9bd3f6c,node_agent_mmd_tool_layer_toollayer_constants_constan_9d71b829,index_9_32dd4d91,validation_common_6161e48b,node_agent_mmd_tool_layer_toollayer_cli_cli_2_1_32d9eeaf,node_agent_mmd_memory_vector_layer_memorylayer_cli_cl_1f1f89ab,node_agent_mmd_tool_layer_toollayer_metrics_tracker_m_4c9237d8,node_agent_mmd_memory_vector_layer_memorylayer_metric_12562178,normalise_renderer_85f2e563,evaluation_engine_core_e054fe49,node_agent_mmd_orchestration_layer_orchestration_tool_cc43149f,node_agent_mmd_tool_layer_toollayer_tooling_baseline__61e66e9f,node_agent_mmd_memory_vector_layer_memorylayer_toolin_14f86b00,node_agent_mmd_orchestration_layer_orchestration_prom_d17b4de2,node_agent_mmd_llm_model_layer_llmlayer_prompt_contex_81f9066a,node_agent_mmd_tool_layer_toollayer_prompt_context_dr_a2772f2b,node_agent_mmd_memory_vector_layer_memorylayer_prompt_ae34fc43,node_agent_mmd_orchestration_layer_orchestration_prom_77088997,node_agent_mmd_llm_model_layer_llmlayer_prompt_contex_e5066b88,node_agent_mmd_tool_layer_toollayer_prompt_context_dr_bd82da46,node_agent_mmd_memory_vector_layer_memorylayer_prompt_efd77624,replay_packet_a1293f88,index_14_d982116c,review_lifecycle_contract_e5447221,review_lifecycle_89afa64c,node_agent_mmd_tool_layer_toollayer_runtime_card_code_3636ceac,node_agent_mmd_memory_vector_layer_memorylayer_runtim_a5d23e7f,runtime_card_codex_runtime_0655e230,runtime_evidence_bundle_d471a232,types_36_674380ec,index_17_642943a2,projection_1b250ea1,types_38_e8efcd57,validation_7_c4e6d8b6 toolNode
+   class node_agent_mmd_orchestration_layer_orchestration_chec_7a9f0b64,node_agent_mmd_llm_model_layer_llmlayer_check_codex_a_29e7b7fa,node_agent_mmd_tool_layer_toollayer_check_codex_agent_4b361d5a,node_agent_mmd_orchestration_layer_orchestration_chec_7fd47f5c,node_agent_mmd_llm_model_layer_llmlayer_check_steerin_0e1bf90d,node_agent_mmd_tool_layer_toollayer_check_steering_fe_eafecf3a,node_agent_mmd_memory_vector_layer_memorylayer_check__64c86928,node_agent_mmd_orchestration_layer_orchestration_run__18817957,node_agent_mmd_llm_model_layer_llmlayer_run_harness_e_603fcfdc,node_agent_mmd_tool_layer_toollayer_run_harness_evals_e2ee24f1,validate_action_review_receipt_fa2f06c3,node_agent_mmd_orchestration_layer_orchestration_vali_c01b04be,node_agent_mmd_llm_model_layer_llmlayer_validate_pack_2a12e1f4,node_agent_mmd_tool_layer_toollayer_validate_packaged_2855c827,validate_replay_packet_f309747e,node_agent_mmd_tool_layer_toollayer_ci_migrate_core_c_049f8460,node_agent_mmd_memory_vector_layer_memorylayer_ci_mig_0cd5b1a4,doctor_checks_5a2eb2b9,doctor_github_tool_check_e0a938df,doctor_github_tool_checks_a53b0382,doctor_tool_checks_4acac51a,next_blocked_decisions_4140ad2b,policy_gate_213f7313,remediate_cli_output_cc165396,node_agent_mmd_orchestration_layer_orchestration_reme_359fe98f,node_agent_mmd_llm_model_layer_llmlayer_remediate_run_9e3d4585,node_agent_mmd_tool_layer_toollayer_remediate_runner__c003b871,node_agent_mmd_tool_layer_toollayer_review_gate_core__7704598b,node_agent_mmd_memory_vector_layer_memorylayer_review_5bee9816,index_1bc04b52,types_1_4ecdf56e,validation_constants_e002a0f6,validation_98c41dcd,node_agent_mmd_orchestration_layer_orchestration_chec_0550c395,node_agent_mmd_tool_layer_toollayer_checker_checker_2_453d593b,node_agent_mmd_memory_vector_layer_memorylayer_checke_a583eb4f,cli_args_1_6144b055,node_agent_mmd_orchestration_layer_orchestration_comm_6e41a7f7,node_agent_mmd_tool_layer_toollayer_command_capabilit_7fe13db1,node_agent_mmd_tool_layer_toollayer_command_capabilit_e97a4615,node_agent_mmd_memory_vector_layer_memorylayer_comman_c72a5d05,linear_command_actions_e430f4f4,node_agent_mmd_orchestration_layer_orchestration_line_b67affd5,node_agent_mmd_tool_layer_toollayer_linear_command_ru_d6763748,node_agent_mmd_orchestration_layer_orchestration_poli_3270b55d,node_agent_mmd_tool_layer_toollayer_policy_validators_af136abf,node_agent_mmd_memory_vector_layer_memorylayer_policy_1944de42,node_agent_mmd_orchestration_layer_orchestration_type_7cf81261,node_agent_mmd_tool_layer_toollayer_types_core_types__6c8319b6,node_agent_mmd_memory_vector_layer_memorylayer_types__83f369fa,node_agent_mmd_orchestration_layer_orchestration_vali_d9fe99e6,node_agent_mmd_tool_layer_toollayer_validator_core_va_6ef6131f,node_agent_mmd_memory_vector_layer_memorylayer_valida_41034356,validator_helpers_7b927667,node_agent_mmd_orchestration_layer_orchestration_he_p_fc778c24,node_agent_mmd_tool_layer_toollayer_he_phase_exit_cor_af016160,ralph_runtime_73d63c0e,observed_skill_usage_ed7d5930,closure_evidence_aaa31467,pr_creator_dc6b1ea4,client_948fe603,init_output_360dce91,scaffold_ci_templates_2afd6392,scaffold_codex_environment_templates_334fbbed,scaffold_config_templates_4b80ce53,node_agent_mmd_orchestration_layer_orchestration_scaf_c9a90c2f,node_agent_mmd_tool_layer_toollayer_scaffold_environm_c1afc013,node_agent_mmd_memory_vector_layer_memorylayer_scaffo_12b42341,scaffold_github_actions_pr_pipeline_renderer_1ee18de5,scaffold_github_actions_pr_pipeline_template_e2b85f62,scaffold_release_private_npm_template_075499f8,node_agent_mmd_llm_model_layer_llmlayer_constants_con_c9bd3f6c,node_agent_mmd_tool_layer_toollayer_constants_constan_9d71b829,index_9_32dd4d91,validation_common_6161e48b,node_agent_mmd_tool_layer_toollayer_cli_cli_2_1_32d9eeaf,node_agent_mmd_memory_vector_layer_memorylayer_cli_cl_1f1f89ab,node_agent_mmd_tool_layer_toollayer_metrics_tracker_m_4c9237d8,node_agent_mmd_memory_vector_layer_memorylayer_metric_12562178,normalise_renderer_85f2e563,evaluation_engine_core_e054fe49,node_agent_mmd_orchestration_layer_orchestration_tool_cc43149f,node_agent_mmd_tool_layer_toollayer_tooling_baseline__61e66e9f,node_agent_mmd_memory_vector_layer_memorylayer_toolin_14f86b00,node_agent_mmd_orchestration_layer_orchestration_prom_d17b4de2,node_agent_mmd_llm_model_layer_llmlayer_prompt_contex_81f9066a,node_agent_mmd_tool_layer_toollayer_prompt_context_dr_a2772f2b,node_agent_mmd_memory_vector_layer_memorylayer_prompt_ae34fc43,node_agent_mmd_orchestration_layer_orchestration_prom_77088997,node_agent_mmd_llm_model_layer_llmlayer_prompt_contex_e5066b88,node_agent_mmd_tool_layer_toollayer_prompt_context_dr_bd82da46,node_agent_mmd_memory_vector_layer_memorylayer_prompt_efd77624,replay_packet_a1293f88,index_14_d982116c,review_lifecycle_contract_e5447221,review_lifecycle_89afa64c,node_agent_mmd_tool_layer_toollayer_runtime_card_code_3636ceac,node_agent_mmd_memory_vector_layer_memorylayer_runtim_a5d23e7f,runtime_card_codex_runtime_0655e230,runtime_evidence_bundle_d471a232,types_36_674380ec,index_17_642943a2,projection_1b250ea1,types_38_e8efcd57,validation_7_c4e6d8b6 toolNode
  classDef memNode fill:#555,color:#fff
-   class node_agent_mmd_orchestration_layer_orchestration_chec_7fd47f5c,node_agent_mmd_llm_model_layer_llmlayer_check_steerin_0e1bf90d,node_agent_mmd_tool_layer_toollayer_check_steering_fe_eafecf3a,node_agent_mmd_memory_vector_layer_memorylayer_check__64c86928,normalize_workflow_contracts_8701f1c8,sync_codex_preflight_7e7a8dc2,test_harness_upgrade_matrix_84113c4e,node_agent_mmd_llm_model_layer_llmlayer_validate_prom_9880f764,node_agent_mmd_memory_vector_layer_memorylayer_valida_c52c4db8,validate_runtime_packet_schemas_bc3ba8ec,node_agent_mmd_llm_model_layer_llmlayer_validate_syst_5636156e,node_agent_mmd_memory_vector_layer_memorylayer_valida_db599a97,validate_workflow_contracts_33dc063c,branch_protect_core_a8feb0fd,node_agent_mmd_tool_layer_toollayer_ci_migrate_core_c_049f8460,node_agent_mmd_memory_vector_layer_memorylayer_ci_mig_0cd5b1a4,context_health_80bb7da9,node_agent_mmd_llm_model_layer_llmlayer_context_conte_ad2dfbd9,node_agent_mmd_memory_vector_layer_memorylayer_contex_78ceaaa9,docs_gate_core_eb9b6c18,node_agent_mmd_llm_model_layer_llmlayer_index_context_1041bd11,node_agent_mmd_memory_vector_layer_memorylayer_index__6f3402d0,local_memory_preflight_dcc36c42,memory_gate_a577a506,pattern_scope_siblings_43abe000,review_context_ca6cf81d,node_agent_mmd_tool_layer_toollayer_review_gate_core__7704598b,node_agent_mmd_memory_vector_layer_memorylayer_review_5bee9816,node_agent_mmd_llm_model_layer_llmlayer_search_search_66b9a911,node_agent_mmd_memory_vector_layer_memorylayer_search_ac35cb7e,session_context_e5ec72c0,node_agent_mmd_orchestration_layer_orchestration_tool_acfe0c01,node_agent_mmd_memory_vector_layer_memorylayer_toolin_a1185b8f,run_local_memory_preflight_36e92808,node_agent_mmd_orchestration_layer_orchestration_chec_0550c395,node_agent_mmd_tool_layer_toollayer_checker_checker_2_453d593b,node_agent_mmd_memory_vector_layer_memorylayer_checke_a583eb4f,node_agent_mmd_orchestration_layer_orchestration_cont_61b3b9c9,node_agent_mmd_llm_model_layer_llmlayer_context_healt_cfc0bfa8,node_agent_mmd_memory_vector_layer_memorylayer_contex_3204aa0e,node_agent_mmd_orchestration_layer_orchestration_type_4f906dcc,node_agent_mmd_memory_vector_layer_memorylayer_types__9ad640a0,branch_protect_sync_570adb18,node_agent_mmd_tool_layer_toollayer_command_capabilit_e97a4615,node_agent_mmd_memory_vector_layer_memorylayer_comman_c72a5d05,node_agent_mmd_orchestration_layer_orchestration_comm_1f8cc24c,node_agent_mmd_llm_model_layer_llmlayer_command_specs_782af9fa,node_agent_mmd_memory_vector_layer_memorylayer_comman_111eb454,local_memory_preflight_command_spec_9e23f3ce,memory_gate_command_spec_dc9001a9,review_gate_command_spec_3187376a,session_context_command_spec_973afbb1,node_agent_mmd_llm_model_layer_llmlayer_constants_con_c9bd3f6c,node_agent_mmd_memory_vector_layer_memorylayer_consta_702d3f46,context_compact_policy_3dcaf95d,node_agent_mmd_llm_model_layer_llmlayer_index_index_1_02e160ff,node_agent_mmd_memory_vector_layer_memorylayer_index__752bc61e,node_agent_mmd_llm_model_layer_llmlayer_indexer_index_4f4deef5,node_agent_mmd_memory_vector_layer_memorylayer_indexe_93e6d86f,init_error_5c7dd49f,lexical_fallback_723e2b3e,node_agent_mmd_llm_model_layer_llmlayer_ollama_ollama_968b23fa,node_agent_mmd_memory_vector_layer_memorylayer_ollama_6d51be16,rollout_a4fa034c,sources_878a52fc,store_824d80d7,node_agent_mmd_llm_model_layer_llmlayer_sync_contract_9f3cc8c1,node_agent_mmd_memory_vector_layer_memorylayer_sync_c_e43418bc,types_8_f6283648,harness_run_context_ac7c77a9,index_4_013aa0e3,json_schema_core_96d7e328,node_agent_mmd_orchestration_layer_orchestration_poli_3270b55d,node_agent_mmd_tool_layer_toollayer_policy_validators_af136abf,node_agent_mmd_memory_vector_layer_memorylayer_policy_1944de42,node_agent_mmd_orchestration_layer_orchestration_type_7cf81261,node_agent_mmd_tool_layer_toollayer_types_core_types__6c8319b6,node_agent_mmd_memory_vector_layer_memorylayer_types__83f369fa,node_agent_mmd_orchestration_layer_orchestration_vali_d9fe99e6,node_agent_mmd_tool_layer_toollayer_validator_core_va_6ef6131f,node_agent_mmd_memory_vector_layer_memorylayer_valida_41034356,archive_candidates_scanner_d0931789,archive_candidates_dc0e40e1,docs_task_eval_contract_79347457,docs_task_eval_fixtures_44902755,node_agent_mmd_orchestration_layer_orchestration_init_2a9c3ecb,node_agent_mmd_memory_vector_layer_memorylayer_init_m_333d02c5,node_agent_mmd_orchestration_layer_orchestration_proj_6ab6f60f,node_agent_mmd_memory_vector_layer_memorylayer_projec_3ae304d9,scaffold_diagram_templates_dd88e83c,node_agent_mmd_orchestration_layer_orchestration_scaf_12cc07db,node_agent_mmd_memory_vector_layer_memorylayer_scaffo_5fd73b94,node_agent_mmd_orchestration_layer_orchestration_scaf_c9a90c2f,node_agent_mmd_tool_layer_toollayer_scaffold_environm_c1afc013,node_agent_mmd_memory_vector_layer_memorylayer_scaffo_12b42341,scaffold_root_command_templates_404fed7f,scaffold_script_template_registry_69312d4e,scaffold_shell_templates_0ad0f915,scaffold_surfaces_12d6494e,node_agent_mmd_orchestration_layer_orchestration_scaf_ff8f92f6,node_agent_mmd_memory_vector_layer_memorylayer_scaffo_a86eece1,scaffold_workflow_template_92310587,eval_seed_5699fd3e,index_10_f6785a46,review_context_1_e3afed15,memory_gate_1_265164ac,branch_enforcer_acb749cd,cli_args_5_09ea29f0,node_agent_mmd_tool_layer_toollayer_cli_cli_2_1_32d9eeaf,node_agent_mmd_memory_vector_layer_memorylayer_cli_cl_1f1f89ab,node_agent_mmd_tool_layer_toollayer_metrics_tracker_m_4c9237d8,node_agent_mmd_memory_vector_layer_memorylayer_metric_12562178,types_19_eb4ad5f0,validator_5_b19ac2be,node_agent_mmd_orchestration_layer_orchestration_clas_899b821a,node_agent_mmd_memory_vector_layer_memorylayer_classi_1ebbf5ff,node_agent_mmd_orchestration_layer_orchestration_tool_cc43149f,node_agent_mmd_tool_layer_toollayer_tooling_baseline__61e66e9f,node_agent_mmd_memory_vector_layer_memorylayer_toolin_14f86b00,claim_helpers_20dc8387,types_24_c63dc1a7,local_memory_smoke_1175abfc,local_memory_0db17ecc,performance_overload_c685bfcf,node_agent_mmd_orchestration_layer_orchestration_sugg_85c5ebe3,node_agent_mmd_memory_vector_layer_memorylayer_sugges_267f408d,node_agent_mmd_orchestration_layer_orchestration_prom_d17b4de2,node_agent_mmd_llm_model_layer_llmlayer_prompt_contex_81f9066a,node_agent_mmd_tool_layer_toollayer_prompt_context_dr_a2772f2b,node_agent_mmd_memory_vector_layer_memorylayer_prompt_ae34fc43,node_agent_mmd_orchestration_layer_orchestration_prom_77088997,node_agent_mmd_llm_model_layer_llmlayer_prompt_contex_e5066b88,node_agent_mmd_tool_layer_toollayer_prompt_context_dr_bd82da46,node_agent_mmd_memory_vector_layer_memorylayer_prompt_efd77624,node_agent_mmd_llm_model_layer_llmlayer_prompt_contex_6426acc2,node_agent_mmd_memory_vector_layer_memorylayer_prompt_55c0d605,types_31_eb363e20,policy_1_fc4198db,node_agent_mmd_tool_layer_toollayer_runtime_card_code_3636ceac,node_agent_mmd_memory_vector_layer_memorylayer_runtim_a5d23e7f,cli_11_338a8415,collector_0736fd5b,types_34_85e6a0bb,overload_guard_2748c559 memNode
+   class node_agent_mmd_orchestration_layer_orchestration_chec_7fd47f5c,node_agent_mmd_llm_model_layer_llmlayer_check_steerin_0e1bf90d,node_agent_mmd_tool_layer_toollayer_check_steering_fe_eafecf3a,node_agent_mmd_memory_vector_layer_memorylayer_check__64c86928,normalize_workflow_contracts_8701f1c8,sync_codex_preflight_7e7a8dc2,test_harness_upgrade_matrix_84113c4e,node_agent_mmd_llm_model_layer_llmlayer_validate_prom_9880f764,node_agent_mmd_memory_vector_layer_memorylayer_valida_c52c4db8,validate_runtime_packet_schemas_bc3ba8ec,node_agent_mmd_llm_model_layer_llmlayer_validate_syst_5636156e,node_agent_mmd_memory_vector_layer_memorylayer_valida_db599a97,validate_workflow_contracts_33dc063c,branch_protect_core_a8feb0fd,node_agent_mmd_tool_layer_toollayer_ci_migrate_core_c_049f8460,node_agent_mmd_memory_vector_layer_memorylayer_ci_mig_0cd5b1a4,context_health_80bb7da9,node_agent_mmd_llm_model_layer_llmlayer_context_conte_ad2dfbd9,node_agent_mmd_memory_vector_layer_memorylayer_contex_78ceaaa9,docs_gate_core_eb9b6c18,node_agent_mmd_llm_model_layer_llmlayer_index_context_1041bd11,node_agent_mmd_memory_vector_layer_memorylayer_index__6f3402d0,local_memory_preflight_dcc36c42,memory_gate_a577a506,pattern_scope_siblings_43abe000,review_context_ca6cf81d,node_agent_mmd_tool_layer_toollayer_review_gate_core__7704598b,node_agent_mmd_memory_vector_layer_memorylayer_review_5bee9816,node_agent_mmd_llm_model_layer_llmlayer_search_search_66b9a911,node_agent_mmd_memory_vector_layer_memorylayer_search_ac35cb7e,session_context_e5ec72c0,node_agent_mmd_orchestration_layer_orchestration_tool_acfe0c01,node_agent_mmd_memory_vector_layer_memorylayer_toolin_a1185b8f,run_local_memory_preflight_36e92808,node_agent_mmd_orchestration_layer_orchestration_chec_0550c395,node_agent_mmd_tool_layer_toollayer_checker_checker_2_453d593b,node_agent_mmd_memory_vector_layer_memorylayer_checke_a583eb4f,node_agent_mmd_orchestration_layer_orchestration_cont_61b3b9c9,node_agent_mmd_llm_model_layer_llmlayer_context_healt_cfc0bfa8,node_agent_mmd_memory_vector_layer_memorylayer_contex_3204aa0e,node_agent_mmd_orchestration_layer_orchestration_type_4f906dcc,node_agent_mmd_memory_vector_layer_memorylayer_types__9ad640a0,branch_protect_sync_570adb18,node_agent_mmd_tool_layer_toollayer_command_capabilit_e97a4615,node_agent_mmd_memory_vector_layer_memorylayer_comman_c72a5d05,node_agent_mmd_orchestration_layer_orchestration_comm_1f8cc24c,node_agent_mmd_llm_model_layer_llmlayer_command_specs_782af9fa,node_agent_mmd_memory_vector_layer_memorylayer_comman_111eb454,local_memory_preflight_command_spec_9e23f3ce,memory_gate_command_spec_dc9001a9,review_gate_command_spec_3187376a,session_context_command_spec_973afbb1,node_agent_mmd_llm_model_layer_llmlayer_constants_con_c9bd3f6c,node_agent_mmd_memory_vector_layer_memorylayer_consta_702d3f46,context_compact_policy_3dcaf95d,node_agent_mmd_llm_model_layer_llmlayer_index_index_1_02e160ff,node_agent_mmd_memory_vector_layer_memorylayer_index__752bc61e,node_agent_mmd_llm_model_layer_llmlayer_indexer_index_4f4deef5,node_agent_mmd_memory_vector_layer_memorylayer_indexe_93e6d86f,init_error_5c7dd49f,lexical_fallback_723e2b3e,node_agent_mmd_llm_model_layer_llmlayer_ollama_ollama_968b23fa,node_agent_mmd_memory_vector_layer_memorylayer_ollama_6d51be16,rollout_a4fa034c,sources_878a52fc,store_824d80d7,node_agent_mmd_llm_model_layer_llmlayer_sync_contract_9f3cc8c1,node_agent_mmd_memory_vector_layer_memorylayer_sync_c_e43418bc,types_8_f6283648,harness_run_context_ac7c77a9,index_4_013aa0e3,json_schema_core_96d7e328,node_agent_mmd_orchestration_layer_orchestration_poli_3270b55d,node_agent_mmd_tool_layer_toollayer_policy_validators_af136abf,node_agent_mmd_memory_vector_layer_memorylayer_policy_1944de42,node_agent_mmd_orchestration_layer_orchestration_type_7cf81261,node_agent_mmd_tool_layer_toollayer_types_core_types__6c8319b6,node_agent_mmd_memory_vector_layer_memorylayer_types__83f369fa,node_agent_mmd_orchestration_layer_orchestration_vali_d9fe99e6,node_agent_mmd_tool_layer_toollayer_validator_core_va_6ef6131f,node_agent_mmd_memory_vector_layer_memorylayer_valida_41034356,archive_candidates_scanner_d0931789,archive_candidates_dc0e40e1,docs_task_eval_contract_79347457,docs_task_eval_fixtures_44902755,node_agent_mmd_orchestration_layer_orchestration_init_2a9c3ecb,node_agent_mmd_memory_vector_layer_memorylayer_init_m_333d02c5,node_agent_mmd_orchestration_layer_orchestration_proj_6ab6f60f,node_agent_mmd_memory_vector_layer_memorylayer_projec_3ae304d9,scaffold_diagram_templates_dd88e83c,node_agent_mmd_orchestration_layer_orchestration_scaf_12cc07db,node_agent_mmd_memory_vector_layer_memorylayer_scaffo_5fd73b94,node_agent_mmd_orchestration_layer_orchestration_scaf_c9a90c2f,node_agent_mmd_tool_layer_toollayer_scaffold_environm_c1afc013,node_agent_mmd_memory_vector_layer_memorylayer_scaffo_12b42341,scaffold_root_command_templates_404fed7f,scaffold_script_template_registry_69312d4e,scaffold_shell_templates_0ad0f915,scaffold_surfaces_12d6494e,node_agent_mmd_orchestration_layer_orchestration_scaf_ff8f92f6,node_agent_mmd_memory_vector_layer_memorylayer_scaffo_a86eece1,scaffold_workflow_template_92310587,eval_seed_5699fd3e,index_10_f6785a46,review_context_1_e3afed15,memory_gate_1_265164ac,branch_enforcer_acb749cd,cli_args_5_09ea29f0,node_agent_mmd_tool_layer_toollayer_cli_cli_2_1_32d9eeaf,node_agent_mmd_memory_vector_layer_memorylayer_cli_cl_1f1f89ab,node_agent_mmd_tool_layer_toollayer_metrics_tracker_m_4c9237d8,node_agent_mmd_memory_vector_layer_memorylayer_metric_12562178,types_19_eb4ad5f0,validator_5_b19ac2be,node_agent_mmd_orchestration_layer_orchestration_clas_899b821a,node_agent_mmd_memory_vector_layer_memorylayer_classi_1ebbf5ff,node_agent_mmd_orchestration_layer_orchestration_tool_cc43149f,node_agent_mmd_tool_layer_toollayer_tooling_baseline__61e66e9f,node_agent_mmd_memory_vector_layer_memorylayer_toolin_14f86b00,claim_helpers_20dc8387,types_24_c63dc1a7,local_memory_smoke_1175abfc,local_memory_0db17ecc,performance_overload_c685bfcf,node_agent_mmd_orchestration_layer_orchestration_sugg_85c5ebe3,node_agent_mmd_memory_vector_layer_memorylayer_sugges_267f408d,node_agent_mmd_orchestration_layer_orchestration_prom_d17b4de2,node_agent_mmd_llm_model_layer_llmlayer_prompt_contex_81f9066a,node_agent_mmd_tool_layer_toollayer_prompt_context_dr_a2772f2b,node_agent_mmd_memory_vector_layer_memorylayer_prompt_ae34fc43,node_agent_mmd_orchestration_layer_orchestration_prom_77088997,node_agent_mmd_llm_model_layer_llmlayer_prompt_contex_e5066b88,node_agent_mmd_tool_layer_toollayer_prompt_context_dr_bd82da46,node_agent_mmd_memory_vector_layer_memorylayer_prompt_efd77624,node_agent_mmd_llm_model_layer_llmlayer_prompt_contex_6426acc2,node_agent_mmd_memory_vector_layer_memorylayer_prompt_55c0d605,types_31_eb363e20,policy_1_fc4198db,node_agent_mmd_tool_layer_toollayer_runtime_card_code_3636ceac,node_agent_mmd_memory_vector_layer_memorylayer_runtim_a5d23e7f,cli_12_01c06c37,collector_0736fd5b,types_34_85e6a0bb,overload_guard_2748c559 memNode
